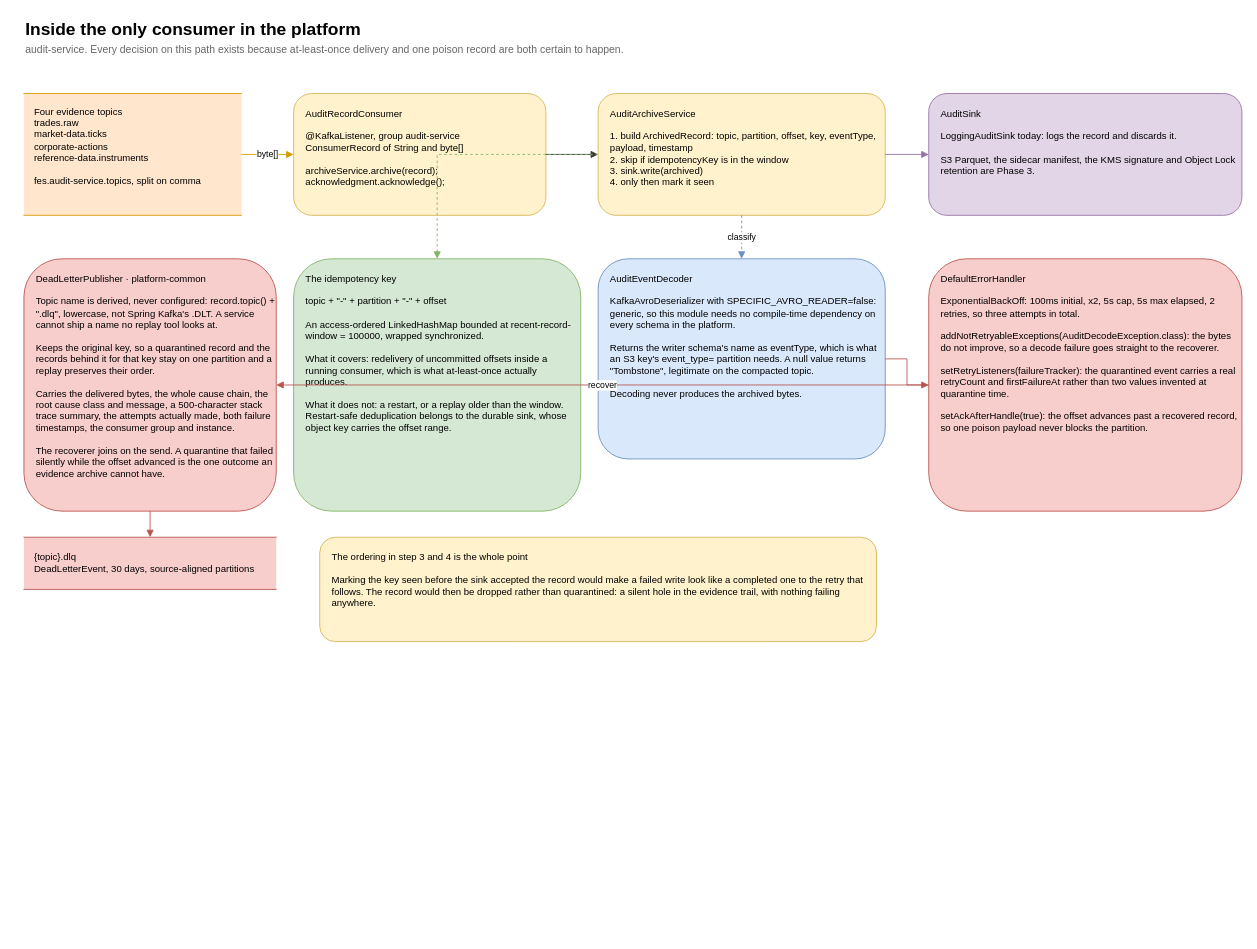
Before: guide/docs/diagrams/audit-consumer.drawio in salgotraja/financial-event-streaming-platform, a draw.io diagram. Source tidied: cells renumbered, new cells numbered last; positions are measured from the earlier drawing's top-left corner, leaving out a move shared by most shapes. Both pictures are drawn from the tidied source at 87%, with x=0, y=0 at pixel (23, 15).
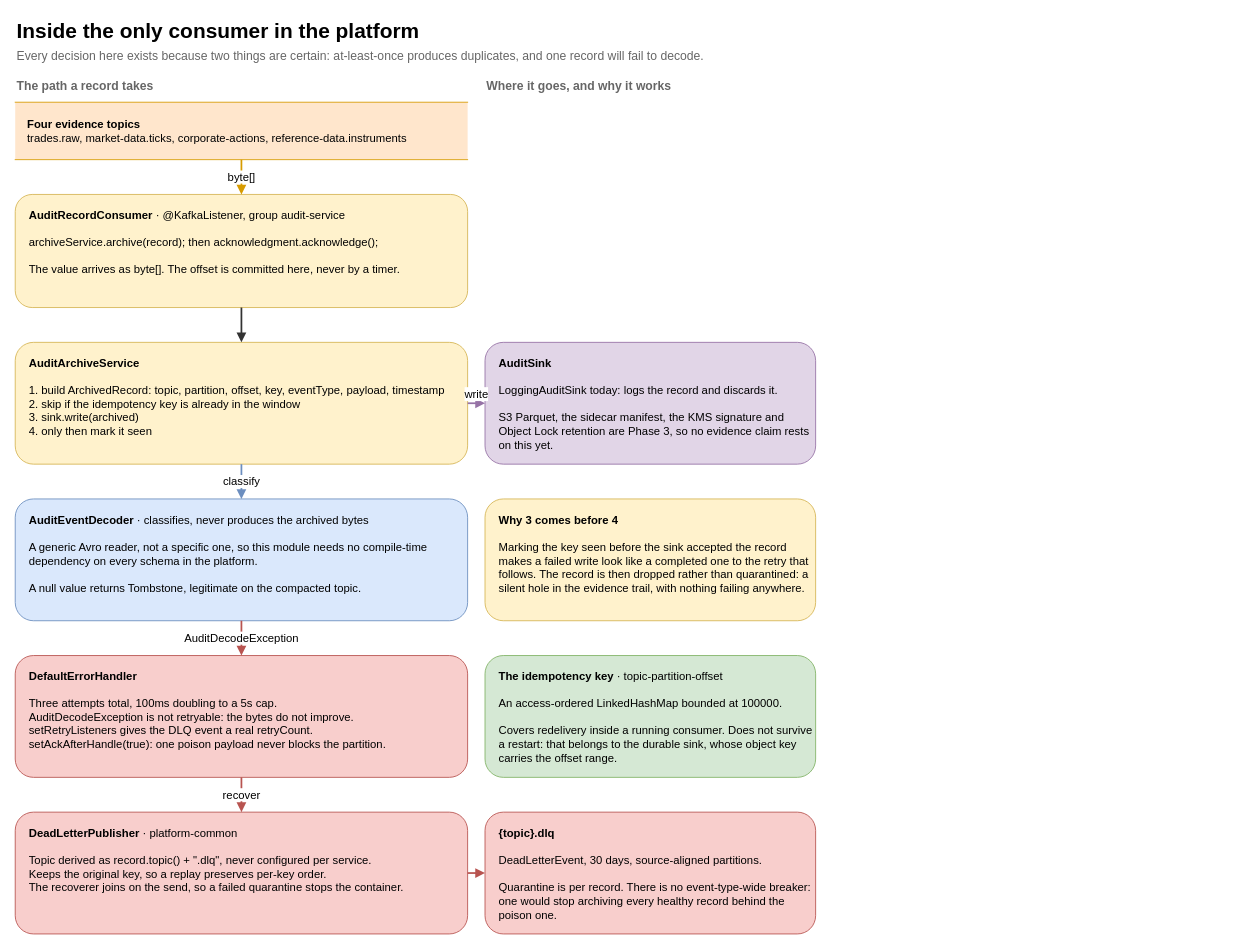
The same diagram, later.

Change to the diagram source:
```diff
@@
-    <mxCell id="2" value="Inside the only consumer in the platform" style="text;html=1;strokeColor=none;fillColor=none;align=left;verticalAlign=middle;fontSize=20;fontStyle=1;" parent="1" vertex="1">
-      <mxGeometry width="900" height="30" as="geometry" />
+    <mxCell id="2" value="Inside the only consumer in the platform" style="text;html=1;strokeColor=none;fillColor=none;align=left;verticalAlign=middle;fontSize=24;fontStyle=1;" parent="1" vertex="1">
+      <mxGeometry x="-10" y="2" width="920" height="34" as="geometry" />
     </mxCell>
-    <mxCell id="3" value="audit-service. Every decision on this path exists because at-least-once delivery and one poison record are both certain to happen." style="text;html=1;strokeColor=none;fillColor=none;align=left;verticalAlign=middle;fontSize=12;fontColor=#666666;" parent="1" vertex="1">
-      <mxGeometry y="30" width="1300" height="20" as="geometry" />
+    <mxCell id="3" value="Every decision here exists because two things are certain: at-least-once produces duplicates, and one record will fail to decode." style="text;html=1;strokeColor=none;fillColor=none;align=left;verticalAlign=middle;fontSize=14;fontColor=#666666;" parent="1" vertex="1">
+      <mxGeometry x="-10" y="36" width="920" height="22" as="geometry" />
     </mxCell>
+    <mxCell id="22" value="The path a record takes" style="text;html=1;strokeColor=none;fillColor=none;align=left;verticalAlign=middle;fontSize=14;fontStyle=1;fontColor=#666666;" parent="1" vertex="1">
+      <mxGeometry x="-10" y="70" width="520" height="22" as="geometry" />
+    </mxCell>
+    <mxCell id="23" value="Where it goes, and why it works" style="text;html=1;strokeColor=none;fillColor=none;align=left;verticalAlign=middle;fontSize=14;fontStyle=1;fontColor=#666666;" parent="1" vertex="1">
+      <mxGeometry x="530" y="70" width="380" height="22" as="geometry" />
+    </mxCell>
-    <mxCell id="4" value="Four evidence topics&#10;trades.raw&#10;market-data.ticks&#10;corporate-actions&#10;reference-data.instruments&#10;&#10;fes.audit-service.topics, split on comma" style="shape=partialRectangle;whiteSpace=wrap;html=1;left=0;right=0;fillColor=#ffe6cc;strokeColor=#d79b00;fontSize=11;align=left;spacingLeft=10;verticalAlign=top;spacingTop=8;" parent="1" vertex="1">
-      <mxGeometry y="90" width="250" height="140" as="geometry" />
+    <mxCell id="4" value="&lt;b&gt;Four evidence topics&lt;/b&gt;&lt;br&gt;trades.raw, market-data.ticks, corporate-actions, reference-data.instruments" style="shape=partialRectangle;whiteSpace=wrap;html=1;left=0;right=0;fillColor=#ffe6cc;strokeColor=#d79b00;fontSize=13;align=left;spacingLeft=12;verticalAlign=middle;" parent="1" vertex="1">
+      <mxGeometry x="-10" y="100" width="520" height="66" as="geometry" />
     </mxCell>
-    <mxCell id="5" value="AuditRecordConsumer&#10;&#10;@KafkaListener, group audit-service&#10;ConsumerRecord of String and byte[]&#10;&#10;archiveService.archive(record);&#10;acknowledgment.acknowledge();" style="rounded=1;whiteSpace=wrap;html=1;fillColor=#fff2cc;strokeColor=#d6b656;fontSize=11;align=left;spacingLeft=12;verticalAlign=top;spacingTop=10;" parent="1" vertex="1">
-      <mxGeometry x="310" y="90" width="290" height="140" as="geometry" />
+    <mxCell id="5" value="&lt;b&gt;AuditRecordConsumer&lt;/b&gt; · @KafkaListener, group audit-service&lt;br&gt;&lt;br&gt;archiveService.archive(record); then acknowledgment.acknowledge();&lt;br&gt;&lt;br&gt;The value arrives as byte[]. The offset is committed here, never by a timer." style="rounded=1;whiteSpace=wrap;html=1;fillColor=#fff2cc;strokeColor=#d6b656;fontSize=13;align=left;spacingLeft=14;verticalAlign=top;spacingTop=10;" parent="1" vertex="1">
+      <mxGeometry x="-10" y="206" width="520" height="130" as="geometry" />
     </mxCell>
-    <mxCell id="6" value="AuditArchiveService&#10;&#10;1. build ArchivedRecord: topic, partition, offset, key, eventType, payload, timestamp&#10;2. skip if idempotencyKey is in the window&#10;3. sink.write(archived)&#10;4. only then mark it seen" style="rounded=1;whiteSpace=wrap;html=1;fillColor=#fff2cc;strokeColor=#d6b656;fontSize=11;align=left;spacingLeft=12;verticalAlign=top;spacingTop=10;" parent="1" vertex="1">
-      <mxGeometry x="660" y="90" width="330" height="140" as="geometry" />
+    <mxCell id="6" value="&lt;b&gt;AuditArchiveService&lt;/b&gt;&lt;br&gt;&lt;br&gt;1. build ArchivedRecord: topic, partition, offset, key, eventType, payload, timestamp&lt;br&gt;2. skip if the idempotency key is already in the window&lt;br&gt;3. sink.write(archived)&lt;br&gt;4. only then mark it seen" style="rounded=1;whiteSpace=wrap;html=1;fillColor=#fff2cc;strokeColor=#d6b656;fontSize=13;align=left;spacingLeft=14;verticalAlign=top;spacingTop=10;" parent="1" vertex="1">
+      <mxGeometry x="-10" y="376" width="520" height="140" as="geometry" />
     </mxCell>
-    <mxCell id="7" value="AuditSink&#10;&#10;LoggingAuditSink today: logs the record and discards it.&#10;&#10;S3 Parquet, the sidecar manifest, the KMS signature and Object Lock retention are Phase 3." style="rounded=1;whiteSpace=wrap;html=1;fillColor=#e1d5e7;strokeColor=#9673a6;fontSize=11;align=left;spacingLeft=12;verticalAlign=top;spacingTop=10;" parent="1" vertex="1">
-      <mxGeometry x="1040" y="90" width="360" height="140" as="geometry" />
-    </mxCell>
-    <mxCell id="8" value="AuditEventDecoder&#10;&#10;KafkaAvroDeserializer with SPECIFIC_AVRO_READER=false: generic, so this module needs no compile-time dependency on every schema in the platform.&#10;&#10;Returns the writer schema's name as eventType, which is what an S3 key's event_type= partition needs. A null value returns &quot;Tombstone&quot;, legitimate on the compacted topic.&#10;&#10;Decoding never produces the archived bytes." style="rounded=1;whiteSpace=wrap;html=1;fillColor=#dae8fc;strokeColor=#6c8ebf;fontSize=11;align=left;spacingLeft=12;verticalAlign=top;spacingTop=10;" parent="1" vertex="1">
-      <mxGeometry x="660" y="280" width="330" height="230" as="geometry" />
+    <mxCell id="8" value="&lt;b&gt;AuditEventDecoder&lt;/b&gt; · classifies, never produces the archived bytes&lt;br&gt;&lt;br&gt;A generic Avro reader, not a specific one, so this module needs no compile-time dependency on every schema in the platform.&lt;br&gt;&lt;br&gt;A null value returns Tombstone, legitimate on the compacted topic." style="rounded=1;whiteSpace=wrap;html=1;fillColor=#dae8fc;strokeColor=#6c8ebf;fontSize=13;align=left;spacingLeft=14;verticalAlign=top;spacingTop=10;" parent="1" vertex="1">
+      <mxGeometry x="-10" y="556" width="520" height="140" as="geometry" />
     </mxCell>
-    <mxCell id="9" value="The idempotency key&#10;&#10;topic + &quot;-&quot; + partition + &quot;-&quot; + offset&#10;&#10;An access-ordered LinkedHashMap bounded at recent-record-window = 100000, wrapped synchronized.&#10;&#10;What it covers: redelivery of uncommitted offsets inside a running consumer, which is what at-least-once actually produces.&#10;&#10;What it does not: a restart, or a replay older than the window. Restart-safe deduplication belongs to the durable sink, whose object key carries the offset range." style="rounded=1;whiteSpace=wrap;html=1;fillColor=#d5e8d4;strokeColor=#82b366;fontSize=11;align=left;spacingLeft=12;verticalAlign=top;spacingTop=10;" parent="1" vertex="1">
-      <mxGeometry x="310" y="280" width="330" height="290" as="geometry" />
-    </mxCell>
-    <mxCell id="10" value="DefaultErrorHandler&#10;&#10;ExponentialBackOff: 100ms initial, x2, 5s cap, 5s max elapsed, 2 retries, so three attempts in total.&#10;&#10;addNotRetryableExceptions(AuditDecodeException.class): the bytes do not improve, so a decode failure goes straight to the recoverer.&#10;&#10;setRetryListeners(failureTracker): the quarantined event carries a real retryCount and firstFailureAt rather than two values invented at quarantine time.&#10;&#10;setAckAfterHandle(true): the offset advances past a recovered record, so one poison payload never blocks the partition." style="rounded=1;whiteSpace=wrap;html=1;fillColor=#f8cecc;strokeColor=#b85450;fontSize=11;align=left;spacingLeft=12;verticalAlign=top;spacingTop=10;" parent="1" vertex="1">
-      <mxGeometry x="1040" y="280" width="360" height="290" as="geometry" />
+    <mxCell id="10" value="&lt;b&gt;DefaultErrorHandler&lt;/b&gt;&lt;br&gt;&lt;br&gt;Three attempts total, 100ms doubling to a 5s cap.&lt;br&gt;AuditDecodeException is not retryable: the bytes do not improve.&lt;br&gt;setRetryListeners gives the DLQ event a real retryCount.&lt;br&gt;setAckAfterHandle(true): one poison payload never blocks the partition." style="rounded=1;whiteSpace=wrap;html=1;fillColor=#f8cecc;strokeColor=#b85450;fontSize=13;align=left;spacingLeft=14;verticalAlign=top;spacingTop=10;" parent="1" vertex="1">
+      <mxGeometry x="-10" y="736" width="520" height="140" as="geometry" />
     </mxCell>
-    <mxCell id="11" value="DeadLetterPublisher · platform-common&#10;&#10;Topic name is derived, never configured: record.topic() + &quot;.dlq&quot;, lowercase, not Spring Kafka's .DLT. A service cannot ship a name no replay tool looks at.&#10;&#10;Keeps the original key, so a quarantined record and the records behind it for that key stay on one partition and a replay preserves their order.&#10;&#10;Carries the delivered bytes, the whole cause chain, the root cause class and message, a 500-character stack trace summary, the attempts actually made, both failure timestamps, the consumer group and instance.&#10;&#10;The recoverer joins on the send. A quarantine that failed silently while the offset advanced is the one outcome an evidence archive cannot have." style="rounded=1;whiteSpace=wrap;html=1;fillColor=#f8cecc;strokeColor=#b85450;fontSize=11;align=left;spacingLeft=12;verticalAlign=top;spacingTop=10;" parent="1" vertex="1">
-      <mxGeometry y="280" width="290" height="290" as="geometry" />
+    <mxCell id="11" value="&lt;b&gt;DeadLetterPublisher&lt;/b&gt; · platform-common&lt;br&gt;&lt;br&gt;Topic derived as record.topic() + &quot;.dlq&quot;, never configured per service.&lt;br&gt;Keeps the original key, so a replay preserves per-key order.&lt;br&gt;The recoverer joins on the send, so a failed quarantine stops the container." style="rounded=1;whiteSpace=wrap;html=1;fillColor=#f8cecc;strokeColor=#b85450;fontSize=13;align=left;spacingLeft=14;verticalAlign=top;spacingTop=10;" parent="1" vertex="1">
+      <mxGeometry x="-10" y="916" width="520" height="140" as="geometry" />
     </mxCell>
-    <mxCell id="12" value="{topic}.dlq&#10;DeadLetterEvent, 30 days, source-aligned partitions" style="shape=partialRectangle;whiteSpace=wrap;html=1;left=0;right=0;fillColor=#f8cecc;strokeColor=#b85450;fontSize=11;align=left;spacingLeft=10;" parent="1" vertex="1">
-      <mxGeometry y="600" width="290" height="60" as="geometry" />
-    </mxCell>
-    <mxCell id="13" value="byte[]" style="edgeStyle=orthogonalEdgeStyle;rounded=0;html=1;strokeColor=#d79b00;endArrow=block;fontSize=10;" parent="1" edge="1" source="4" target="5">
+    <mxCell id="13" value="byte[]" style="edgeStyle=orthogonalEdgeStyle;rounded=0;html=1;strokeColor=#d79b00;endArrow=block;strokeWidth=2;fontSize=13;" parent="1" edge="1" source="4" target="5">
       <mxGeometry relative="1" as="geometry" />
     </mxCell>
-    <mxCell id="14" style="edgeStyle=orthogonalEdgeStyle;rounded=0;html=1;strokeColor=#333333;endArrow=block;" parent="1" edge="1" source="5" target="6">
+    <mxCell id="14" style="edgeStyle=orthogonalEdgeStyle;rounded=0;html=1;strokeColor=#333333;endArrow=block;strokeWidth=2;" parent="1" edge="1" source="5" target="6">
       <mxGeometry relative="1" as="geometry" />
     </mxCell>
-    <mxCell id="15" style="edgeStyle=orthogonalEdgeStyle;rounded=0;html=1;strokeColor=#9673a6;endArrow=block;" parent="1" edge="1" source="6" target="7">
+    <mxCell id="15" value="classify" style="edgeStyle=orthogonalEdgeStyle;rounded=0;html=1;strokeColor=#6c8ebf;endArrow=block;strokeWidth=2;fontSize=13;" parent="1" edge="1" source="6" target="8">
       <mxGeometry relative="1" as="geometry" />
     </mxCell>
-    <mxCell id="16" value="classify" style="edgeStyle=orthogonalEdgeStyle;rounded=0;html=1;strokeColor=#6c8ebf;endArrow=block;dashed=1;fontSize=10;" parent="1" edge="1" source="6" target="8">
+    <mxCell id="16" value="AuditDecodeException" style="edgeStyle=orthogonalEdgeStyle;rounded=0;html=1;strokeColor=#b85450;endArrow=block;strokeWidth=2;fontSize=13;" parent="1" edge="1" source="8" target="10">
       <mxGeometry relative="1" as="geometry" />
     </mxCell>
-    <mxCell id="17" style="edgeStyle=orthogonalEdgeStyle;rounded=0;html=1;strokeColor=#82b366;endArrow=block;dashed=1;" parent="1" edge="1" source="6" target="9">
+    <mxCell id="17" value="recover" style="edgeStyle=orthogonalEdgeStyle;rounded=0;html=1;strokeColor=#b85450;endArrow=block;strokeWidth=2;fontSize=13;" parent="1" edge="1" source="10" target="11">
       <mxGeometry relative="1" as="geometry" />
     </mxCell>
+    <mxCell id="7" value="&lt;b&gt;AuditSink&lt;/b&gt;&lt;br&gt;&lt;br&gt;LoggingAuditSink today: logs the record and discards it.&lt;br&gt;&lt;br&gt;S3 Parquet, the sidecar manifest, the KMS signature and Object Lock retention are Phase 3, so no evidence claim rests on this yet." style="rounded=1;whiteSpace=wrap;html=1;fillColor=#e1d5e7;strokeColor=#9673a6;fontSize=13;align=left;spacingLeft=14;verticalAlign=top;spacingTop=10;" parent="1" vertex="1">
+      <mxGeometry x="530" y="376" width="380" height="140" as="geometry" />
+    </mxCell>
-    <mxCell id="18" style="edgeStyle=orthogonalEdgeStyle;rounded=0;html=1;strokeColor=#b85450;endArrow=block;fontSize=10;" parent="1" edge="1" source="8" target="10">
+    <mxCell id="18" value="write" style="edgeStyle=orthogonalEdgeStyle;rounded=0;html=1;strokeColor=#9673a6;endArrow=block;strokeWidth=2;fontSize=13;verticalAlign=bottom;" parent="1" edge="1" source="6" target="7">
       <mxGeometry relative="1" as="geometry" />
     </mxCell>
+    <mxCell id="24" value="&lt;b&gt;Why 3 comes before 4&lt;/b&gt;&lt;br&gt;&lt;br&gt;Marking the key seen before the sink accepted the record makes a failed write look like a completed one to the retry that follows. The record is then dropped rather than quarantined: a silent hole in the evidence trail, with nothing failing anywhere." style="rounded=1;whiteSpace=wrap;html=1;fillColor=#fff2cc;strokeColor=#d6b656;fontSize=13;align=left;spacingLeft=14;verticalAlign=top;spacingTop=10;" parent="1" vertex="1">
+      <mxGeometry x="530" y="556" width="380" height="140" as="geometry" />
+    </mxCell>
+    <mxCell id="25" value="&lt;b&gt;The idempotency key&lt;/b&gt; · topic-partition-offset&lt;br&gt;&lt;br&gt;An access-ordered LinkedHashMap bounded at 100000.&lt;br&gt;&lt;br&gt;Covers redelivery inside a running consumer. Does not survive a restart: that belongs to the durable sink, whose object key carries the offset range." style="rounded=1;whiteSpace=wrap;html=1;fillColor=#d5e8d4;strokeColor=#82b366;fontSize=13;align=left;spacingLeft=14;verticalAlign=top;spacingTop=10;" parent="1" vertex="1">
+      <mxGeometry x="530" y="736" width="380" height="140" as="geometry" />
+    </mxCell>
+    <mxCell id="26" value="&lt;b&gt;{topic}.dlq&lt;/b&gt;&lt;br&gt;&lt;br&gt;DeadLetterEvent, 30 days, source-aligned partitions.&lt;br&gt;&lt;br&gt;Quarantine is per record. There is no event-type-wide breaker: one would stop archiving every healthy record behind the poison one." style="rounded=1;whiteSpace=wrap;html=1;fillColor=#f8cecc;strokeColor=#b85450;fontSize=13;align=left;spacingLeft=14;verticalAlign=top;spacingTop=10;" parent="1" vertex="1">
+      <mxGeometry x="530" y="916" width="380" height="140" as="geometry" />
+    </mxCell>
-    <mxCell id="19" value="recover" style="edgeStyle=orthogonalEdgeStyle;rounded=0;html=1;strokeColor=#b85450;endArrow=block;fontSize=10;" parent="1" edge="1" source="10" target="11">
+    <mxCell id="19" style="edgeStyle=orthogonalEdgeStyle;rounded=0;html=1;strokeColor=#b85450;endArrow=block;strokeWidth=2;" parent="1" edge="1" source="11" target="26">
       <mxGeometry relative="1" as="geometry" />
     </mxCell>
-    <mxCell id="20" style="edgeStyle=orthogonalEdgeStyle;rounded=0;html=1;strokeColor=#b85450;endArrow=block;" parent="1" edge="1" source="11" target="12">
-      <mxGeometry relative="1" as="geometry" />
-    </mxCell>
-    <mxCell id="21" value="The ordering in step 3 and 4 is the whole point&#10;&#10;Marking the key seen before the sink accepted the record would make a failed write look like a completed one to the retry that follows. The record would then be dropped rather than quarantined: a silent hole in the evidence trail, with nothing failing anywhere." style="rounded=1;whiteSpace=wrap;html=1;fillColor=#fff2cc;strokeColor=#d6b656;fontSize=11;align=left;spacingLeft=12;verticalAlign=top;spacingTop=10;" parent="1" vertex="1">
-      <mxGeometry x="340" y="600" width="640" height="120" as="geometry" />
-    </mxCell>
```
